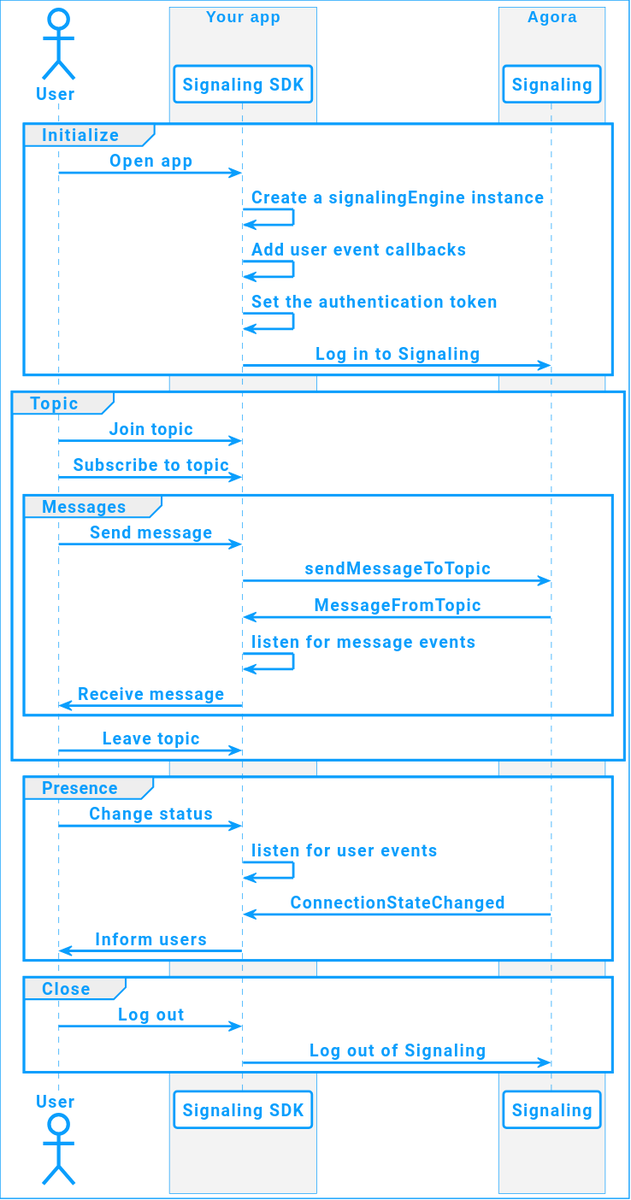
The PlantUML diagram assets/images/signaling/stream-channel-workflow.svg in AgoraIO/Docs-Source, before a commit. Its diagram source:
```plantuml
@startuml
!include ../video-sdk/agora_skin.iuml

actor "User" as USR

box "Your app"
participant "Signaling SDK" as APP
end box

box "Agora"
participant "Signaling" as API
end box

group Initialize
USR -> APP: Open app
APP -> APP: Create a signalingEngine instance
APP -> APP: Add user event callbacks
APP -> APP: Set the authentication token
APP -> API: Log in to Signaling
end

group Topic
USR -> APP: Join topic
USR -> APP: Subscribe to topic
group Messages

USR -> APP: Send message
APP -> API: sendMessageToTopic

API -> APP: MessageFromTopic
APP -> APP: listen for message events
APP -> USR: Receive message
end
USR -> APP: Leave topic

end


group Presence

USR -> APP: Change status
APP -> APP: listen for user events
API -> APP: ConnectionStateChanged
APP -> USR: Inform users

end

group Close
USR -> APP: Log out
APP -> API: Log out of Signaling
end
@enduml
```
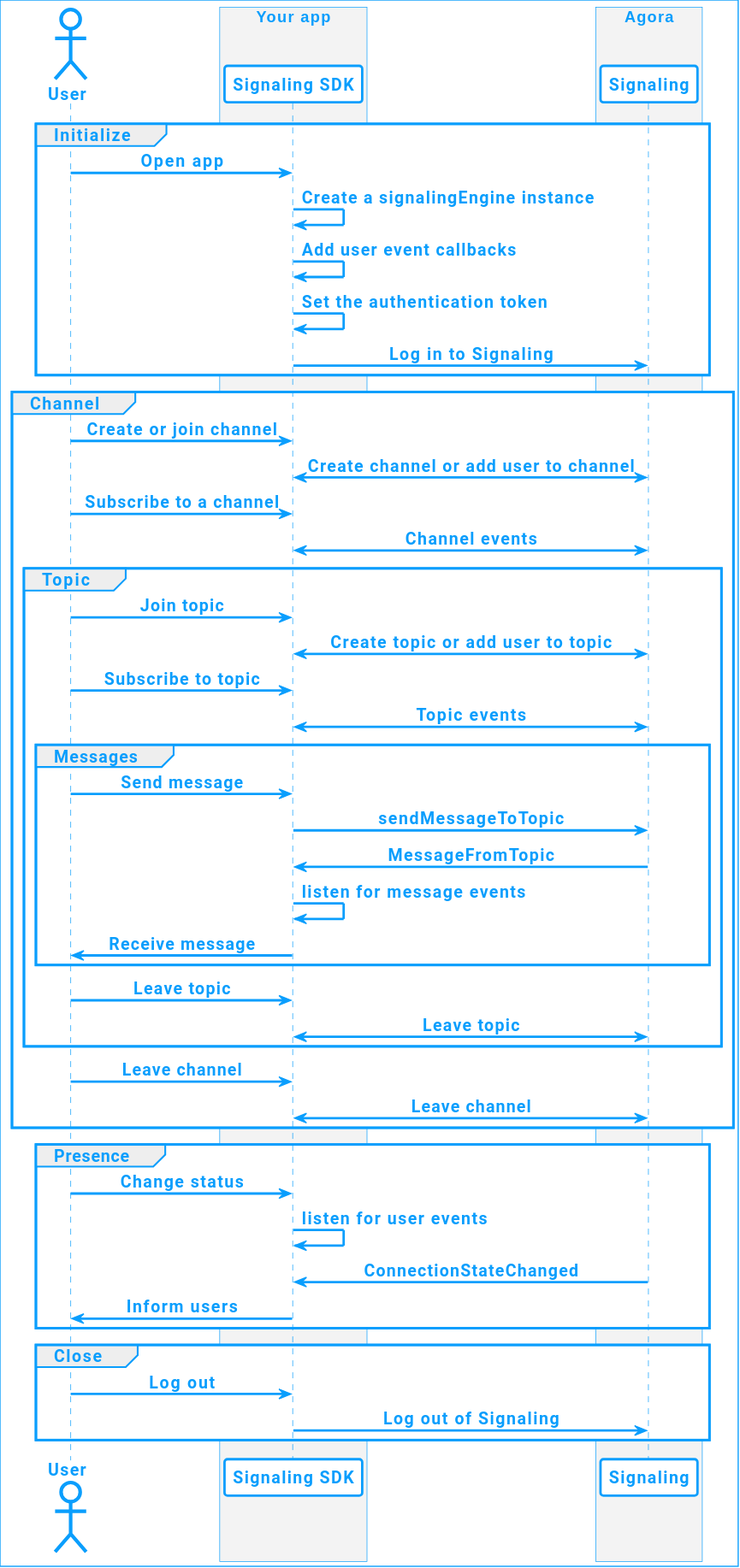
After the change.

The edit, as a diff of the source:
```diff
@@ -19,9 +19,18 @@
 APP -> API: Log in to Signaling
 end
 
+group Channel
+
+USR -> APP: Create or join channel
+APP <-> API: Create channel or add user to channel
+USR -> APP: Subscribe to a channel
+API <-> APP: Channel events
+
 group Topic
 USR -> APP: Join topic
+APP <-> API: Create topic or add user to topic
 USR -> APP: Subscribe to topic
+API <-> APP: Topic events
 group Messages
 
 USR -> APP: Send message
@@ -32,9 +41,12 @@
 APP -> USR: Receive message
 end
 USR -> APP: Leave topic
+APP <-> API: Leave topic
 
 end
-
+USR -> APP: Leave channel
+APP <-> API: Leave channel
+end
 
 group Presence
 
@@ -44,7 +56,6 @@
 APP -> USR: Inform users
 
 end
-
 group Close
 USR -> APP: Log out
 APP -> API: Log out of Signaling
```
